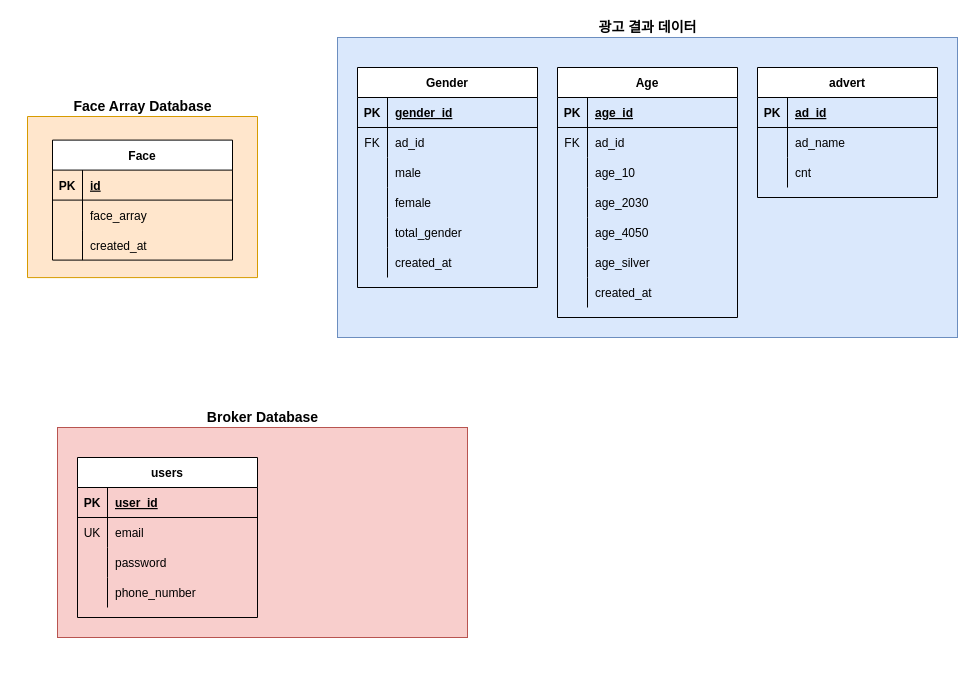
Earlier version of the draw.io diagram AD_Databases.drawio (jaden7856/AD_Target_Architecture). Source tidied: cells renumbered, new cells numbered last; positions are measured from the earlier drawing's top-left corner, leaving out a move shared by most shapes. Both pictures are drawn from the tidied source at 100%, with x=0, y=0 at pixel (17, 17).
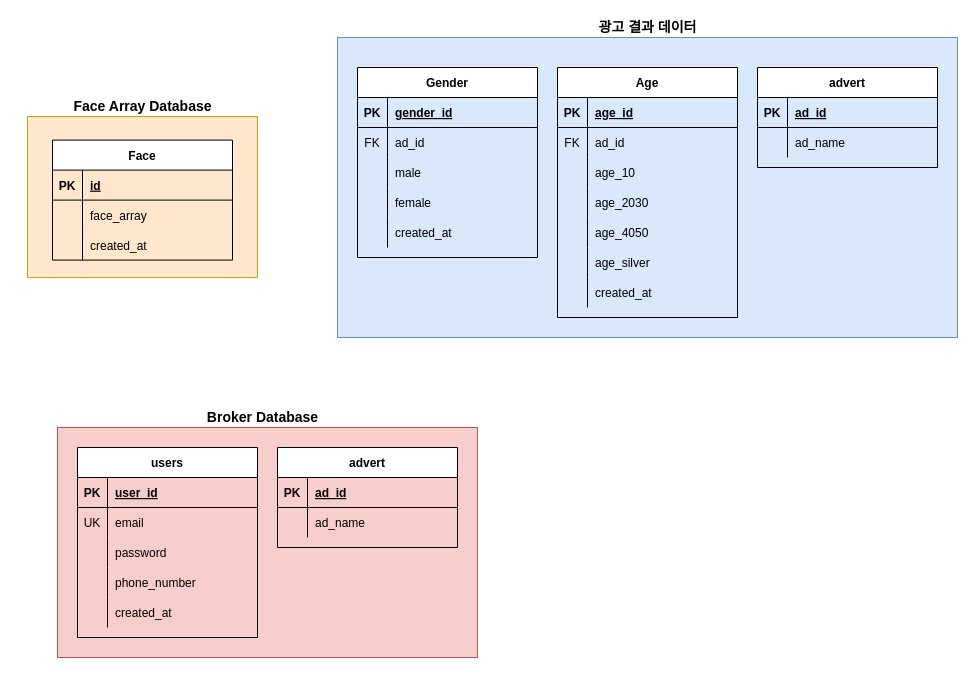
The same page after the edit.

The edit, as a diff of the source:
```diff
@@
     <mxCell id="16" value="Gender" style="shape=table;startSize=30;childLayout=tableLayout;rowLines=0;fontStyle=1;align=center;" parent="1" vertex="1">
-      <mxGeometry x="340" y="50" width="180" height="220" as="geometry" />
+      <mxGeometry x="340" y="50" width="180" height="190" as="geometry" />
     </mxCell>
@@
-    <mxCell id="29" style="shape=partialRectangle;fillColor=none;top=0;left=0;bottom=0;right=0;" parent="16" vertex="1">
-      <mxGeometry y="150" width="180" height="30" as="geometry" />
-    </mxCell>
-    <mxCell id="30" style="shape=partialRectangle;fillColor=none;top=0;left=0;bottom=0;right=0;overflow=hidden;" parent="29" vertex="1">
-      <mxGeometry width="30" height="30" as="geometry" />
-    </mxCell>
-    <mxCell id="31" value="total_gender" style="shape=partialRectangle;fillColor=none;top=0;left=0;bottom=0;right=0;align=left;spacingLeft=6;overflow=hidden;" parent="29" vertex="1">
-      <mxGeometry x="30" width="150" height="30" as="geometry" />
-    </mxCell>
     <mxCell id="32" style="shape=partialRectangle;fillColor=none;top=0;left=0;bottom=0;right=0;" parent="16" vertex="1">
-      <mxGeometry y="180" width="180" height="30" as="geometry" />
+      <mxGeometry y="150" width="180" height="30" as="geometry" />
     </mxCell>
@@
     <mxCell id="58" style="rounded=0;whiteSpace=wrap;html=1;fillColor=#f8cecc;strokeColor=#b85450;" parent="1" vertex="1">
-      <mxGeometry x="40" y="410" width="410" height="210" as="geometry" />
+      <mxGeometry x="40" y="410" width="420" height="230" as="geometry" />
     </mxCell>
     <mxCell id="59" value="users" style="shape=table;startSize=30;childLayout=tableLayout;rowLines=0;fontStyle=1;align=center;" parent="1" vertex="1">
-      <mxGeometry x="60" y="440" width="180" height="160" as="geometry" />
+      <mxGeometry x="60" y="430" width="180" height="190" as="geometry" />
     </mxCell>
@@
+    <mxCell id="29" style="shape=partialRectangle;fillColor=none;top=0;left=0;bottom=0;right=0;" parent="59" vertex="1">
+      <mxGeometry y="150" width="180" height="30" as="geometry" />
+    </mxCell>
+    <mxCell id="83" style="shape=partialRectangle;fillColor=none;top=0;left=0;bottom=0;right=0;overflow=hidden;" parent="29" vertex="1">
+      <mxGeometry width="30" height="30" as="geometry" />
+    </mxCell>
+    <mxCell id="84" value="created_at" style="shape=partialRectangle;fillColor=none;top=0;left=0;bottom=0;right=0;align=left;spacingLeft=6;overflow=hidden;" parent="29" vertex="1">
+      <mxGeometry x="30" width="150" height="30" as="geometry" />
+    </mxCell>
@@
     <mxCell id="73" value="advert" style="shape=table;startSize=30;childLayout=tableLayout;rowLines=0;fontStyle=1;align=center;" parent="1" vertex="1">
-      <mxGeometry x="740" y="50" width="180" height="130" as="geometry" />
+      <mxGeometry x="740" y="50" width="180" height="100" as="geometry" />
     </mxCell>
@@
-    <mxCell id="80" style="shape=partialRectangle;fillColor=none;top=0;left=0;bottom=0;right=0;" parent="73" vertex="1">
-      <mxGeometry y="90" width="180" height="30" as="geometry" />
-    </mxCell>
-    <mxCell id="81" style="shape=partialRectangle;fillColor=none;top=0;left=0;bottom=0;right=0;overflow=hidden;" parent="80" vertex="1">
-      <mxGeometry width="30" height="30" as="geometry" />
-    </mxCell>
-    <mxCell id="82" value="cnt" style="shape=partialRectangle;fillColor=none;top=0;left=0;bottom=0;right=0;align=left;spacingLeft=6;overflow=hidden;" parent="80" vertex="1">
-      <mxGeometry x="30" width="150" height="30" as="geometry" />
-    </mxCell>
+    <mxCell id="85" value="advert" style="shape=table;startSize=30;childLayout=tableLayout;rowLines=0;fontStyle=1;align=center;" parent="1" vertex="1">
+      <mxGeometry x="260" y="430" width="180" height="100" as="geometry" />
+    </mxCell>
+    <mxCell id="86" style="shape=partialRectangle;fillColor=none;top=0;left=0;bottom=1;right=0;" parent="85" vertex="1">
+      <mxGeometry y="30" width="180" height="30" as="geometry" />
+    </mxCell>
+    <mxCell id="87" value="PK" style="shape=partialRectangle;fillColor=none;top=0;left=0;bottom=0;right=0;fontStyle=1;overflow=hidden;" parent="86" vertex="1">
+      <mxGeometry width="30" height="30" as="geometry" />
+    </mxCell>
+    <mxCell id="88" value="ad_id" style="shape=partialRectangle;fillColor=none;top=0;left=0;bottom=0;right=0;align=left;spacingLeft=6;fontStyle=5;overflow=hidden;" parent="86" vertex="1">
+      <mxGeometry x="30" width="150" height="30" as="geometry" />
+    </mxCell>
+    <mxCell id="89" style="shape=partialRectangle;fillColor=none;top=0;left=0;bottom=0;right=0;" parent="85" vertex="1">
+      <mxGeometry y="60" width="180" height="30" as="geometry" />
+    </mxCell>
+    <mxCell id="90" style="shape=partialRectangle;fillColor=none;top=0;left=0;bottom=0;right=0;overflow=hidden;" parent="89" vertex="1">
+      <mxGeometry width="30" height="30" as="geometry" />
+    </mxCell>
+    <mxCell id="91" value="ad_name" style="shape=partialRectangle;fillColor=none;top=0;left=0;bottom=0;right=0;align=left;spacingLeft=6;overflow=hidden;" parent="89" vertex="1">
+      <mxGeometry x="30" width="150" height="30" as="geometry" />
+    </mxCell>
```
